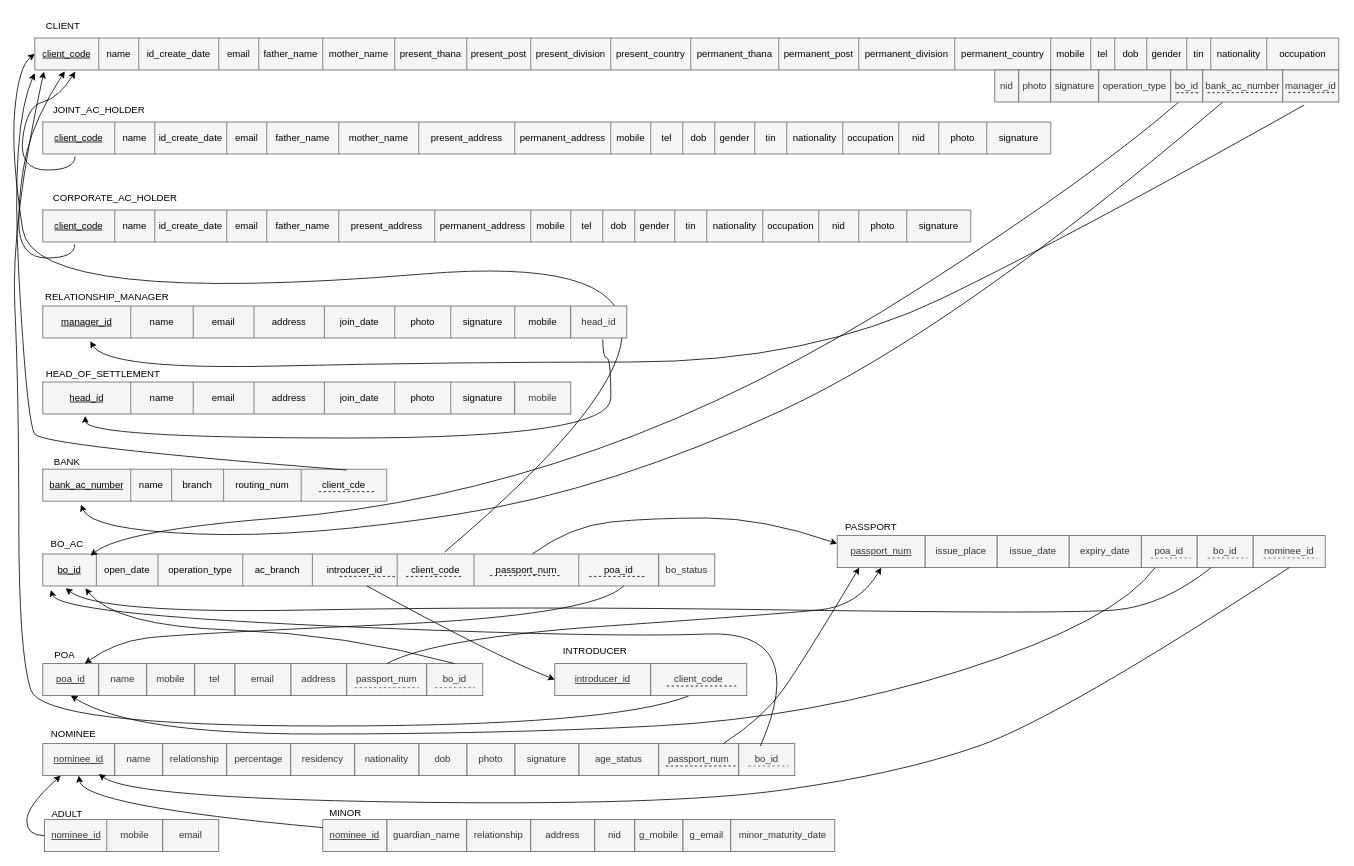
MohaiminAlif/LankabanglaUniProject keeps this draw.io diagram as report/schema.drawio. Above is the earlier version. Source tidied: cells renumbered, new cells numbered last; positions are measured from the earlier drawing's top-left corner, leaving out a move shared by most shapes. Both pictures are drawn from the tidied source at 80%, with x=0, y=0 at pixel (10, 14).
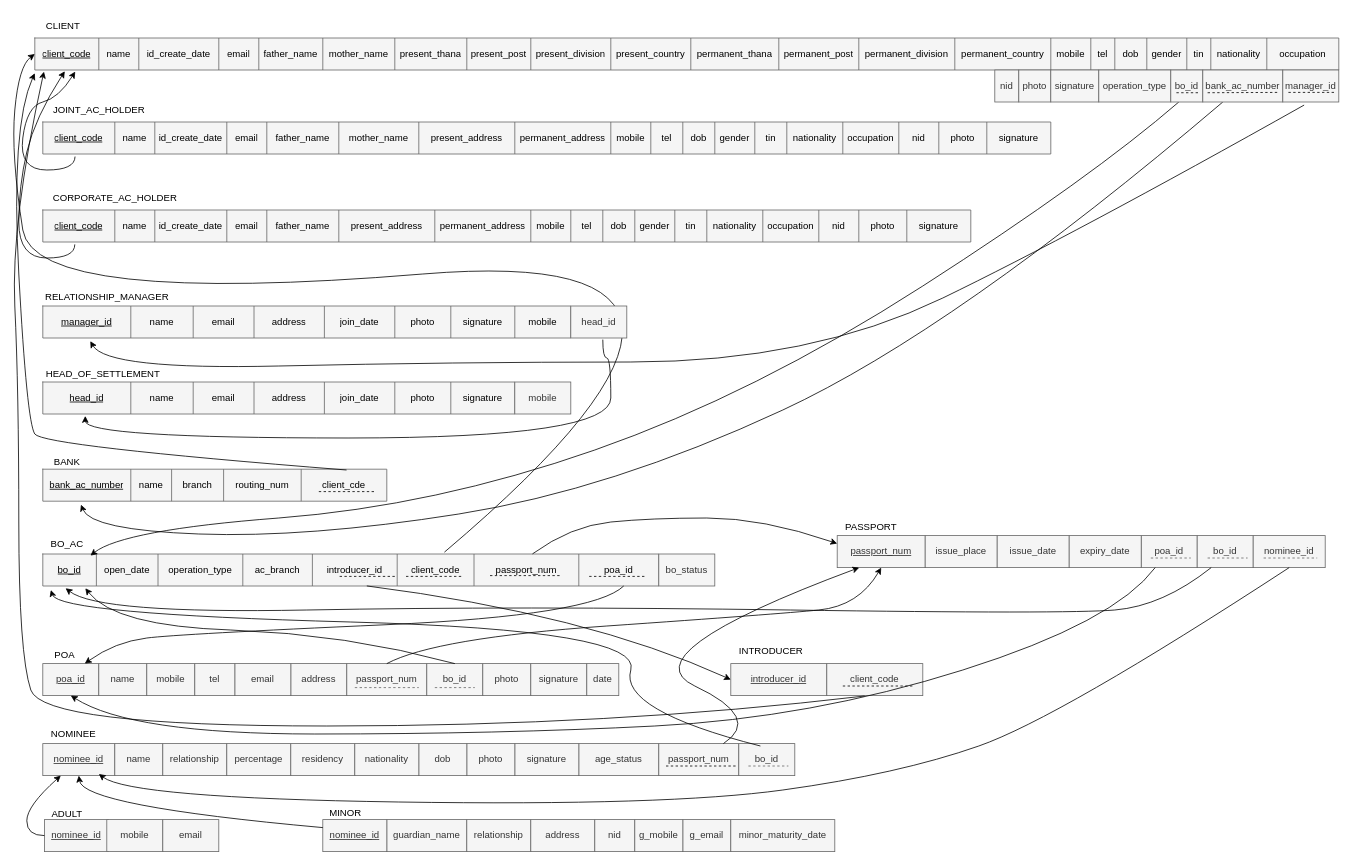
Above is the later version.

Unchanged cells that the change refers to:
```xml
<mxCell id="103" style="shape=tableRow;horizontal=0;startSize=0;swimlaneHead=0;swimlaneBody=0;strokeColor=inherit;top=0;left=0;bottom=0;right=0;fillColor=none;points=[[0,0.5],[1,0.5]];portConstraint=eastwest;" parent="102" vertex="1">
  <mxGeometry width="770" height="40" as="geometry" />
</mxCell>
<mxCell id="138" value="&lt;u&gt;passport_num&lt;/u&gt;" style="rounded=0;whiteSpace=wrap;html=1;fillColor=#f5f5f5;fontColor=#333333;strokeColor=#666666;" parent="1" vertex="1">
  <mxGeometry x="1033" y="652" width="110" height="40" as="geometry" />
</mxCell>
<mxCell id="169" value="passport_num" style="rounded=0;whiteSpace=wrap;html=1;fillColor=#f5f5f5;fontColor=#333333;strokeColor=#666666;" parent="1" vertex="1">
  <mxGeometry x="810" y="912" width="100" height="40" as="geometry" />
</mxCell>
<mxCell id="181" value="bo_id" style="rounded=0;whiteSpace=wrap;html=1;fillColor=#f5f5f5;fontColor=#333333;strokeColor=#666666;" parent="1" vertex="1">
  <mxGeometry x="910" y="912" width="70" height="40" as="geometry" />
</mxCell>
```

The edit, as a diff of the source:
```diff
@@
     <mxCell id="123" value="&lt;u&gt;introducer_id&lt;/u&gt;" style="rounded=0;whiteSpace=wrap;html=1;fillColor=#f5f5f5;fontColor=#333333;strokeColor=#666666;" parent="1" vertex="1">
-      <mxGeometry x="680" y="812" width="120" height="40" as="geometry" />
+      <mxGeometry x="900" y="812" width="120" height="40" as="geometry" />
     </mxCell>
@@
     <mxCell id="129" value="client_code" style="rounded=0;whiteSpace=wrap;html=1;fillColor=#f5f5f5;fontColor=#333333;strokeColor=#666666;" parent="1" vertex="1">
-      <mxGeometry x="800" y="812" width="120" height="40" as="geometry" />
+      <mxGeometry x="1020" y="812" width="120" height="40" as="geometry" />
     </mxCell>
@@
     <mxCell id="132" value="INTRODUCER" style="text;html=1;align=center;verticalAlign=middle;strokeColor=none;fillColor=none;" parent="1" vertex="1">
-      <mxGeometry x="680" y="782" width="100" height="30" as="geometry" />
+      <mxGeometry x="900" y="782" width="100" height="30" as="geometry" />
     </mxCell>
@@
     <mxCell id="134" style="endArrow=classic;html=1;entryX=0;entryY=0.5;entryDx=0;entryDy=0;exitX=0.526;exitY=0.998;exitDx=0;exitDy=0;exitPerimeter=0;curved=1;" parent="1" edge="1" source="103" target="123">
       <mxGeometry relative="1" as="geometry">
         <Array as="points">
-          <mxPoint x="600" y="800" />
+          <mxPoint x="720" y="750" />
         </Array>
       </mxGeometry>
     </mxCell>
@@
     <mxCell id="136" style="endArrow=none;dashed=1;html=1;rounded=0;" parent="1" edge="1">
       <mxGeometry relative="1" as="geometry">
-        <mxPoint x="820" y="840" as="sourcePoint" />
-        <mxPoint x="910" y="840" as="targetPoint" />
+        <mxPoint x="1040" y="840" as="sourcePoint" />
+        <mxPoint x="1130" y="840" as="targetPoint" />
       </mxGeometry>
     </mxCell>
@@
     <mxCell id="173" style="endArrow=classic;html=1;entryX=0.25;entryY=1;entryDx=0;entryDy=0;curved=1;" parent="1" edge="1" source="169" target="138">
       <mxGeometry relative="1" as="geometry">
         <Array as="points">
           <mxPoint x="940" y="880" />
-          <mxPoint x="990" y="810" />
+          <mxPoint x="770" y="800" />
         </Array>
       </mxGeometry>
     </mxCell>
@@
     <mxCell id="183" style="endArrow=classic;html=1;exitX=0.386;exitY=0.075;exitDx=0;exitDy=0;exitPerimeter=0;entryX=0.013;entryY=1.125;entryDx=0;entryDy=0;entryPerimeter=0;curved=1;" parent="1" edge="1" source="181" target="103">
       <mxGeometry relative="1" as="geometry">
         <Array as="points">
-          <mxPoint x="1000" y="770" />
-          <mxPoint x="740" y="780" />
+          <mxPoint x="760" y="870" />
+          <mxPoint x="790" y="770" />
           <mxPoint x="60" y="750" />
         </Array>
       </mxGeometry>
     </mxCell>
@@
+    <mxCell id="201" value="photo" style="rounded=0;whiteSpace=wrap;html=1;fillColor=#f5f5f5;fontColor=#333333;strokeColor=#666666;" parent="1" vertex="1">
+      <mxGeometry x="590" y="812" width="60" height="40" as="geometry" />
+    </mxCell>
+    <mxCell id="202" value="signature" style="rounded=0;whiteSpace=wrap;html=1;fillColor=#f5f5f5;fontColor=#333333;strokeColor=#666666;" parent="1" vertex="1">
+      <mxGeometry x="650" y="812" width="70" height="40" as="geometry" />
+    </mxCell>
+    <mxCell id="203" value="date" style="rounded=0;whiteSpace=wrap;html=1;fillColor=#f5f5f5;fontColor=#333333;strokeColor=#666666;" parent="1" vertex="1">
+      <mxGeometry x="720" y="812" width="40" height="40" as="geometry" />
+    </mxCell>
```
